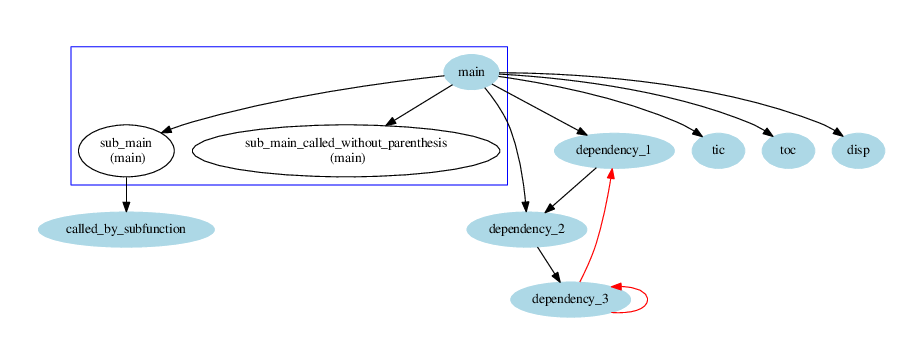
Earlier version of the Graphviz export readme_figures/readme_fig4.png (KaeroDot/mDepGen). Its source is kept beside it as readme_figures/readme_fig4.dot.
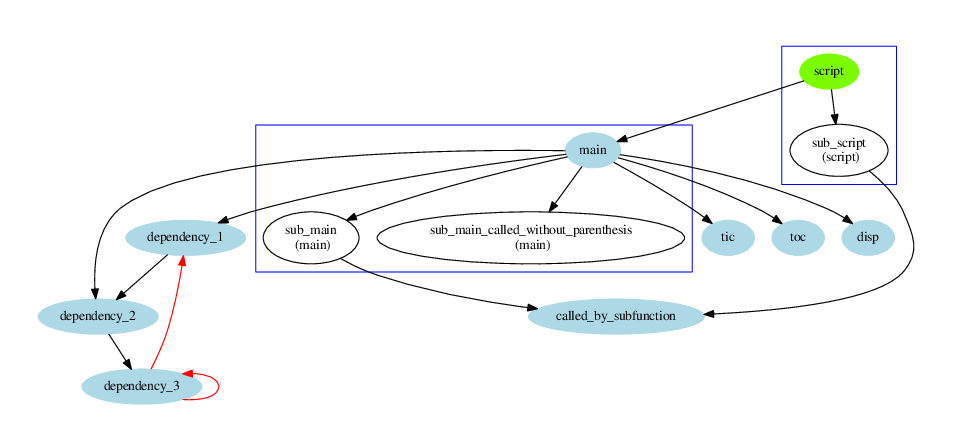
After the commit.

The edit, as a diff of the source:
```diff
@@ -2,6 +2,7 @@
 digraph dep {
 node [shape = oval];
 /* start of shape definitions */
+"script" [color=lawngreen, style=filled];
 "main" [color=lightblue, style=filled];
 "dependency_1" [color=lightblue, style=filled];
 "dependency_2" [color=lightblue, style=filled];
@@ -18,7 +19,13 @@
     "sub_main\n (main)";
     "sub_main_called_without_parenthesis\n (main)";
 }
+subgraph cluster006 {
+color=blue;
+    "script";
+    "sub_script\n (script)";
+}
 /* end of subgraph definitions */
+"script" -> "main" ;
 "main" -> "dependency_1" ;
 "dependency_1" -> "dependency_2" ;
 "dependency_2" -> "dependency_3" ;
@@ -31,4 +38,6 @@
 "main" -> "tic" ;
 "main" -> "toc" ;
 "main" -> "disp" ;
+"script" -> "sub_script\n (script)" ;
+"sub_script\n (script)" -> "called_by_subfunction" ;
 }
```
